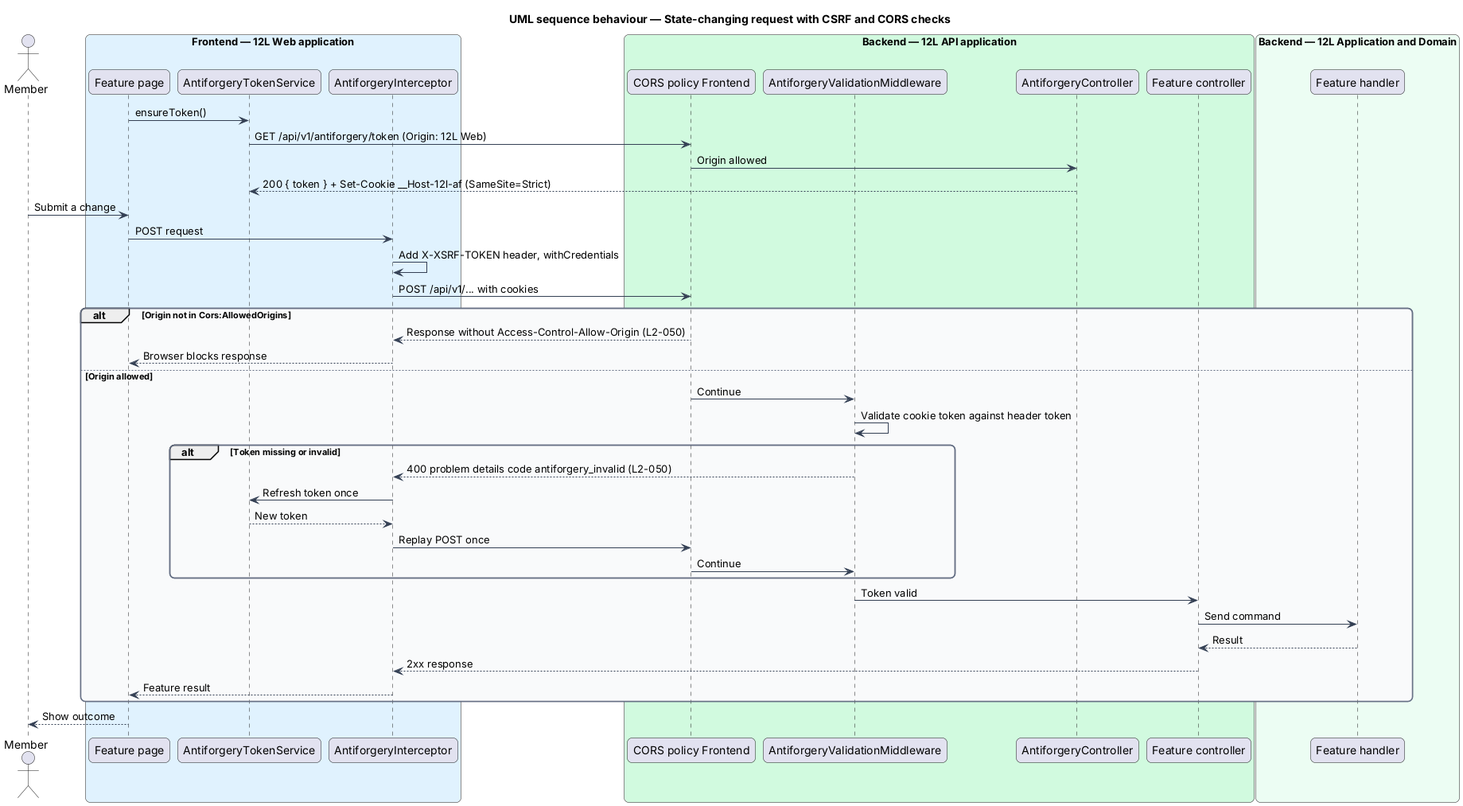
Before: docs/detailed-designs/platform/harden-http-and-api/diagrams/sequence-csrf-and-cors.png, a diagram exported from PlantUML (QuinntyneBrown/12l). Its diagram source:
```plantuml
@startuml
title UML sequence behaviour — State-changing request with CSRF and CORS checks
skinparam backgroundColor #FFFFFF
skinparam shadowing false
skinparam roundcorner 12
skinparam defaultFontName Arial
skinparam ArrowColor #344054
skinparam rectangle {
  BorderColor #344054
  FontColor #101828
}
skinparam package {
  BorderColor #667085
  FontColor #101828
  BackgroundColor #F9FAFB
}
actor "Member" as actor
box "Frontend — 12L Web application" #E0F2FE
  participant "Feature page" as page
  participant "AntiforgeryTokenService" as tokens
  participant "AntiforgeryInterceptor" as afi
end box
box "Backend — 12L API application" #D1FADF
  participant "CORS policy Frontend" as cors
  participant "AntiforgeryValidationMiddleware" as afm
  participant "AntiforgeryController" as afc
  participant "Feature controller" as ctrl
end box
box "Backend — 12L Application and Domain" #ECFDF3
  participant "Feature handler" as handler
end box
page -> tokens : ensureToken()
tokens -> cors : GET /api/v1/antiforgery/token (Origin: 12L Web)
cors -> afc : Origin allowed
afc --> tokens : 200 { token } + Set-Cookie __Host-12l-af (SameSite=Strict)
actor -> page : Submit a change
page -> afi : POST request
afi -> afi : Add X-XSRF-TOKEN header, withCredentials
afi -> cors : POST /api/v1/... with cookies
alt Origin not in Cors:AllowedOrigins
  cors --> afi : Response without Access-Control-Allow-Origin (L2-050)
  afi --> page : Browser blocks response
else Origin allowed
  cors -> afm : Continue
  afm -> afm : Validate cookie token against header token
  alt Token missing or invalid
    afm --> afi : 400 problem details code antiforgery_invalid (L2-050)
    afi -> tokens : Refresh token once
    tokens --> afi : New token
    afi -> cors : Replay POST once
    cors -> afm : Continue
  end
  afm -> ctrl : Token valid
  ctrl -> handler : Send command
  handler --> ctrl : Result
  ctrl --> afi : 2xx response
  afi --> page : Feature result
end
page --> actor : Show outcome
@enduml
```
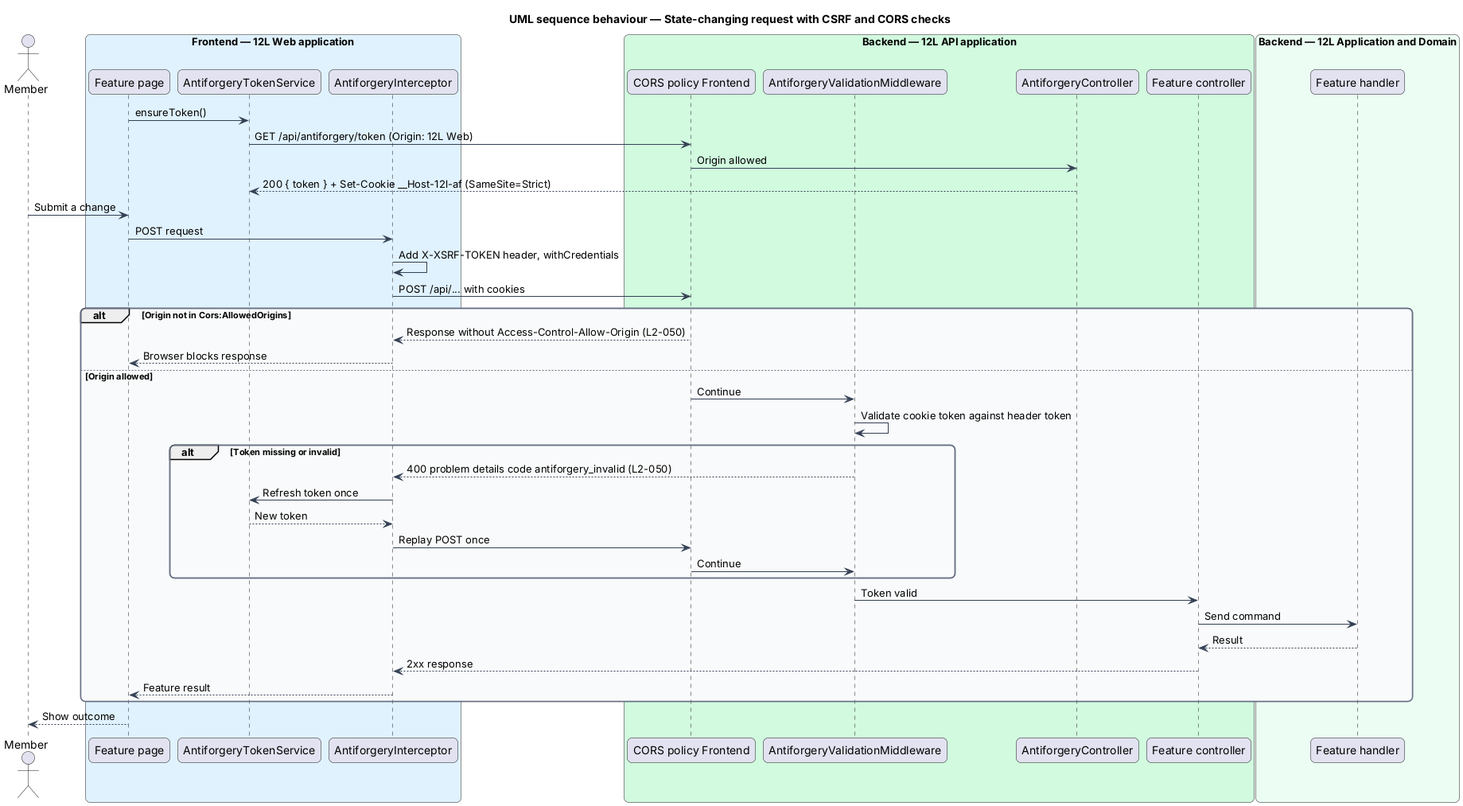
The same diagram one commit later.

What changed in the source:
```diff
@@ -30,13 +30,13 @@
   participant "Feature handler" as handler
 end box
 page -> tokens : ensureToken()
-tokens -> cors : GET /api/v1/antiforgery/token (Origin: 12L Web)
+tokens -> cors : GET /api/antiforgery/token (Origin: 12L Web)
 cors -> afc : Origin allowed
 afc --> tokens : 200 { token } + Set-Cookie __Host-12l-af (SameSite=Strict)
 actor -> page : Submit a change
 page -> afi : POST request
 afi -> afi : Add X-XSRF-TOKEN header, withCredentials
-afi -> cors : POST /api/v1/... with cookies
+afi -> cors : POST /api/... with cookies
 alt Origin not in Cors:AllowedOrigins
   cors --> afi : Response without Access-Control-Allow-Origin (L2-050)
   afi --> page : Browser blocks response
```
